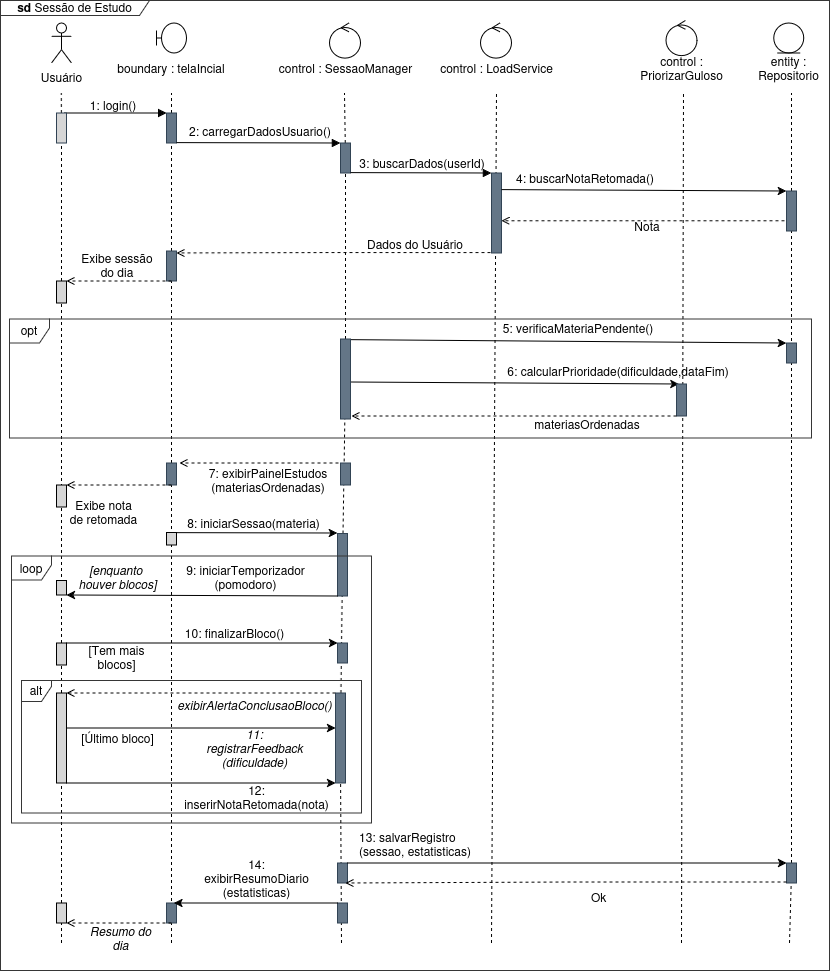
Earlier version of the draw.io export diagramas/diagrama-sequencia.drawio.png (aryadneSC/senai-chrono-focus). Source tidied: cells renumbered, new cells last; positions are measured from the earlier drawing's top-left corner, leaving out a move shared by most shapes.
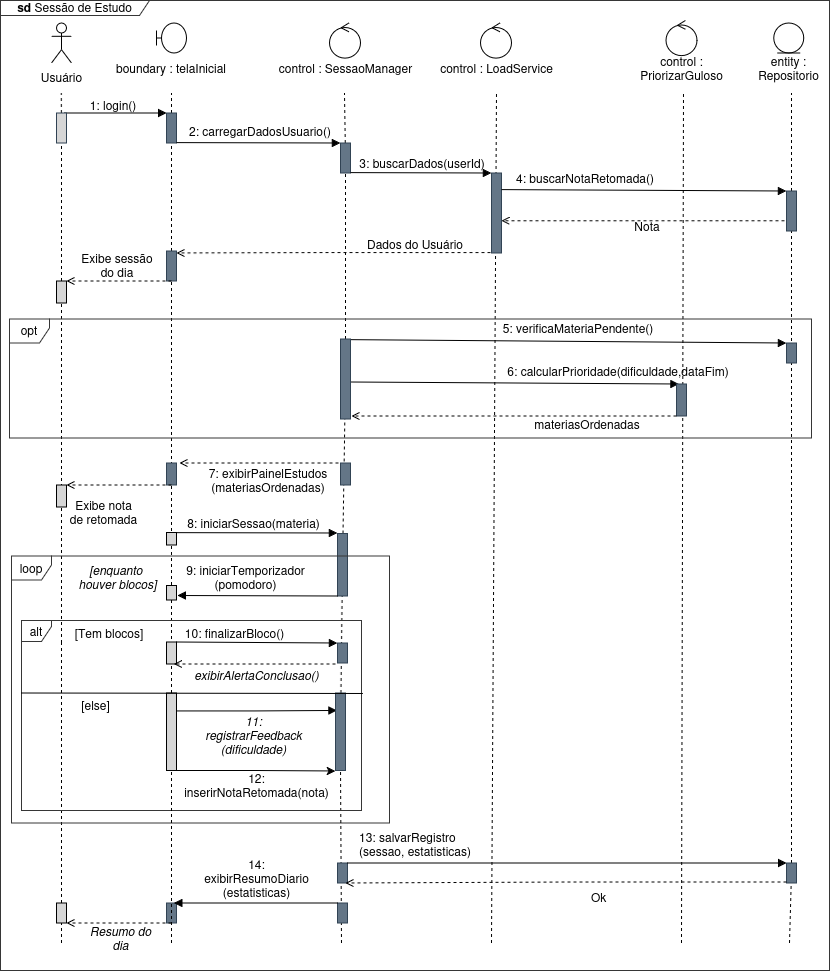
After the commit.

Commit message:
refactor: diagrama de sequencia

What changed in the source:
```diff
@@ -13,7 +13,7 @@
     <mxCell id="4" style="shape=umlBoundary;whiteSpace=wrap;html=1;" parent="1" vertex="1">
       <mxGeometry x="156" y="22.5" width="30" height="30" as="geometry" />
     </mxCell>
-    <mxCell id="5" value="boundary : telaIncial" style="text;html=1;whiteSpace=wrap;strokeColor=none;fillColor=none;align=center;verticalAlign=middle;rounded=0;" parent="1" vertex="1">
+    <mxCell id="5" value="boundary : telaInicial" style="text;html=1;whiteSpace=wrap;strokeColor=none;fillColor=none;align=center;verticalAlign=middle;rounded=0;" parent="1" vertex="1">
       <mxGeometry x="106" y="62.5" width="130" height="10" as="geometry" />
     </mxCell>
     <mxCell id="6" style="endArrow=none;dashed=1;html=1;rounded=0;" parent="1" edge="1" source="13">
@@ -82,7 +82,7 @@
     <mxCell id="22" style="rounded=0;whiteSpace=wrap;html=1;fillColor=#647687;strokeColor=#314354;fontColor=#ffffff;" parent="1" vertex="1">
       <mxGeometry x="491" y="172.5" width="10" height="80" as="geometry" />
     </mxCell>
-    <mxCell id="23" style="endArrow=classic;html=1;rounded=0;exitX=0.75;exitY=0;exitDx=0;exitDy=0;entryX=0;entryY=0;entryDx=0;entryDy=0;" parent="1" edge="1" target="27">
+    <mxCell id="23" style="endArrow=block;html=1;rounded=0;exitX=0.75;exitY=0;exitDx=0;exitDy=0;entryX=0;entryY=0;entryDx=0;entryDy=0;endFill=1;" parent="1" edge="1" target="27">
       <mxGeometry relative="1" as="geometry">
         <mxPoint x="501" y="189.1" as="sourcePoint" />
       </mxGeometry>
@@ -117,10 +117,8 @@
     <mxCell id="30" value="Dados do Usuário" style="text;html=1;whiteSpace=wrap;strokeColor=none;fillColor=none;align=center;verticalAlign=middle;rounded=0;" parent="1" vertex="1">
       <mxGeometry x="337" y="238.5" width="156" height="10" as="geometry" />
     </mxCell>
-    <mxCell id="31" style="endArrow=none;dashed=1;html=1;rounded=0;" parent="1" edge="1" target="32">
-      <mxGeometry relative="1" as="geometry">
-        <mxPoint x="171" y="942.5" as="sourcePoint" />
-      </mxGeometry>
+    <mxCell id="31" style="endArrow=none;dashed=1;html=1;rounded=0;" parent="1" edge="1" source="75" target="32">
+      <mxGeometry relative="1" as="geometry" />
     </mxCell>
     <mxCell id="32" style="rounded=0;whiteSpace=wrap;html=1;fillColor=#647687;fontColor=#ffffff;strokeColor=#314354;" parent="1" vertex="1">
       <mxGeometry x="166" y="250.5" width="10" height="30" as="geometry" />
@@ -142,7 +140,7 @@
     <mxCell id="36" style="rounded=0;whiteSpace=wrap;html=1;fillColor=#D6D6D6;" parent="1" vertex="1">
       <mxGeometry x="56" y="280.5" width="10" height="22" as="geometry" />
     </mxCell>
-    <mxCell id="37" style="endArrow=classic;html=1;rounded=0;exitX=0.75;exitY=0;exitDx=0;exitDy=0;entryX=0;entryY=0;entryDx=0;entryDy=0;" parent="1" edge="1" target="39">
+    <mxCell id="37" style="endArrow=block;html=1;rounded=0;exitX=0.75;exitY=0;exitDx=0;exitDy=0;entryX=0;entryY=0;entryDx=0;entryDy=0;endFill=1;" parent="1" edge="1" target="39">
       <mxGeometry relative="1" as="geometry">
         <mxPoint x="344" y="339.1" as="sourcePoint" />
       </mxGeometry>
@@ -153,7 +151,7 @@
     <mxCell id="39" style="rounded=0;whiteSpace=wrap;html=1;fillColor=#647687;fontColor=#ffffff;strokeColor=#314354;" parent="1" vertex="1">
       <mxGeometry x="786" y="342.5" width="10" height="20" as="geometry" />
     </mxCell>
-    <mxCell id="40" style="endArrow=classic;html=1;rounded=0;exitX=0.75;exitY=0;exitDx=0;exitDy=0;entryX=0.25;entryY=0;entryDx=0;entryDy=0;" parent="1" edge="1" target="44">
+    <mxCell id="40" style="endArrow=block;html=1;rounded=0;exitX=0.75;exitY=0;exitDx=0;exitDy=0;entryX=0.25;entryY=0;entryDx=0;entryDy=0;endFill=1;" parent="1" edge="1" target="44">
       <mxGeometry relative="1" as="geometry">
         <mxPoint x="350" y="381.5" as="sourcePoint" />
       </mxGeometry>
@@ -212,7 +210,7 @@
     <mxCell id="55" value="&lt;div&gt;&lt;i&gt;[enquanto&amp;nbsp;&lt;/i&gt;&lt;/div&gt;&lt;div&gt;&lt;i&gt;houver&amp;nbsp;blocos]&lt;/i&gt;&lt;/div&gt;" style="text;html=1;whiteSpace=wrap;strokeColor=none;fillColor=none;align=center;verticalAlign=middle;rounded=0;" parent="1" vertex="1">
       <mxGeometry x="90.5" y="571.5" width="53" height="10" as="geometry" />
     </mxCell>
-    <mxCell id="56" style="endArrow=classic;html=1;rounded=0;entryX=0;entryY=0;entryDx=0;entryDy=0;" parent="1" edge="1">
+    <mxCell id="56" style="endArrow=block;html=1;rounded=0;entryX=0;entryY=0;entryDx=0;entryDy=0;endFill=1;" parent="1" edge="1">
       <mxGeometry relative="1" as="geometry">
         <mxPoint x="169" y="532.1" as="sourcePoint" />
         <mxPoint x="337" y="532.5" as="targetPoint" />
@@ -234,18 +232,16 @@
     <mxCell id="60" value="8: iniciarSessao(materia)" style="text;html=1;whiteSpace=wrap;strokeColor=none;fillColor=none;align=center;verticalAlign=middle;rounded=0;" parent="1" vertex="1">
       <mxGeometry x="186" y="517.6" width="135" height="10" as="geometry" />
     </mxCell>
-    <mxCell id="61" style="endArrow=classic;html=1;rounded=0;exitX=0;exitY=1;exitDx=0;exitDy=0;entryX=1;entryY=0.5;entryDx=0;entryDy=0;" parent="1" edge="1" source="59">
+    <mxCell id="61" style="endArrow=block;html=1;rounded=0;exitX=0;exitY=1;exitDx=0;exitDy=0;endFill=1;" parent="1" edge="1" source="59">
       <mxGeometry relative="1" as="geometry">
-        <mxPoint x="66" y="594.5" as="targetPoint" />
+        <mxPoint x="177" y="595" as="targetPoint" />
       </mxGeometry>
     </mxCell>
     <mxCell id="62" value="&lt;div&gt;9: iniciarTemporizador&lt;/div&gt;&lt;div&gt;(pomodoro)&lt;/div&gt;" style="text;html=1;whiteSpace=wrap;strokeColor=none;fillColor=none;align=center;verticalAlign=middle;rounded=0;" parent="1" vertex="1">
       <mxGeometry x="153" y="571.5" width="185" height="10" as="geometry" />
     </mxCell>
-    <mxCell id="63" style="endArrow=classic;html=1;rounded=0;exitX=1;exitY=1;exitDx=0;exitDy=0;entryX=0;entryY=0;entryDx=0;entryDy=0;" parent="1" edge="1" target="64">
-      <mxGeometry relative="1" as="geometry">
-        <mxPoint x="66" y="642.5" as="sourcePoint" />
-      </mxGeometry>
+    <mxCell id="63" style="endArrow=block;html=1;rounded=0;exitX=1;exitY=0;exitDx=0;exitDy=0;entryX=0;entryY=0;entryDx=0;entryDy=0;endFill=1;" parent="1" edge="1" source="67" target="64">
+      <mxGeometry relative="1" as="geometry" />
     </mxCell>
     <mxCell id="64" style="rounded=0;whiteSpace=wrap;html=1;fillColor=#647687;fontColor=#ffffff;strokeColor=#314354;" parent="1" vertex="1">
       <mxGeometry x="337" y="642.5" width="10" height="20" as="geometry" />
@@ -254,18 +250,18 @@
       <mxGeometry x="182" y="627.5" width="105.5" height="10" as="geometry" />
     </mxCell>
     <mxCell id="66" style="rounded=0;whiteSpace=wrap;html=1;fillColor=#D6D6D6;" parent="1" vertex="1">
-      <mxGeometry x="56" y="580" width="10" height="14.5" as="geometry" />
+      <mxGeometry x="166" y="585" width="10" height="14.5" as="geometry" />
     </mxCell>
     <mxCell id="67" style="rounded=0;whiteSpace=wrap;html=1;fillColor=#D6D6D6;" parent="1" vertex="1">
-      <mxGeometry x="56" y="642.5" width="10" height="22" as="geometry" />
+      <mxGeometry x="166" y="641.5" width="10" height="22" as="geometry" />
     </mxCell>
     <mxCell id="68" value="loop" style="shape=umlFrame;whiteSpace=wrap;html=1;width=40;height=24;strokeColor=#363636;" parent="1" vertex="1">
-      <mxGeometry x="11" y="555.5" width="360" height="267" as="geometry" />
+      <mxGeometry x="11" y="555.5" width="378" height="267" as="geometry" />
     </mxCell>
-    <mxCell id="69" style="edgeStyle=orthogonalEdgeStyle;rounded=0;orthogonalLoop=1;jettySize=auto;html=1;entryX=0;entryY=0.5;entryDx=0;entryDy=0;" parent="1" edge="1">
+    <mxCell id="69" style="edgeStyle=orthogonalEdgeStyle;rounded=0;orthogonalLoop=1;jettySize=auto;html=1;entryX=0;entryY=0.5;entryDx=0;entryDy=0;endArrow=block;endFill=1;" parent="1" edge="1">
       <mxGeometry relative="1" as="geometry">
-        <mxPoint x="66" y="727.5" as="sourcePoint" />
-        <mxPoint x="335" y="727.5" as="targetPoint" />
+        <mxPoint x="170.5" y="710.5" as="sourcePoint" />
+        <mxPoint x="336.5" y="710" as="targetPoint" />
       </mxGeometry>
     </mxCell>
     <mxCell id="70" style="endArrow=none;dashed=1;html=1;rounded=0;" parent="1" edge="1">
@@ -274,35 +270,32 @@
         <mxPoint x="340" y="762.5" as="targetPoint" />
       </mxGeometry>
     </mxCell>
-    <mxCell id="71" style="endArrow=open;html=1;rounded=0;exitX=0;exitY=0;exitDx=0;exitDy=0;entryX=1;entryY=0;entryDx=0;entryDy=0;endFill=0;dashed=1;" parent="1" edge="1">
+    <mxCell id="71" style="endArrow=open;html=1;rounded=0;exitX=0;exitY=0;exitDx=0;exitDy=0;entryX=0.75;entryY=0;entryDx=0;entryDy=0;endFill=0;dashed=1;" parent="1" edge="1">
       <mxGeometry relative="1" as="geometry">
-        <mxPoint x="335" y="692.5" as="sourcePoint" />
-        <mxPoint x="66" y="692.5" as="targetPoint" />
+        <mxPoint x="335" y="663.5" as="sourcePoint" />
+        <mxPoint x="173.5" y="663.5" as="targetPoint" />
       </mxGeometry>
     </mxCell>
-    <mxCell id="72" value="&lt;i&gt;exibirAlertaConclusaoBloco()&lt;/i&gt;" style="text;html=1;whiteSpace=wrap;strokeColor=none;fillColor=none;align=center;verticalAlign=middle;rounded=0;" parent="1" vertex="1">
-      <mxGeometry x="217" y="699.5" width="75" height="10" as="geometry" />
+    <mxCell id="72" value="&lt;i&gt;exibirAlertaConclusao()&lt;/i&gt;" style="text;html=1;whiteSpace=wrap;strokeColor=none;fillColor=none;align=center;verticalAlign=middle;rounded=0;" parent="1" vertex="1">
+      <mxGeometry x="219" y="670" width="75" height="10" as="geometry" />
     </mxCell>
     <mxCell id="73" value="&lt;div&gt;&lt;i&gt;11: registrarFeedback&lt;/i&gt;&lt;/div&gt;&lt;div&gt;&lt;i&gt;(dificuldade)&lt;/i&gt;&lt;/div&gt;" style="text;html=1;whiteSpace=wrap;strokeColor=none;fillColor=none;align=center;verticalAlign=middle;rounded=0;" parent="1" vertex="1">
-      <mxGeometry x="197" y="742.5" width="115" height="10" as="geometry" />
+      <mxGeometry x="196" y="730" width="115" height="10" as="geometry" />
     </mxCell>
     <mxCell id="74" style="rounded=0;whiteSpace=wrap;html=1;fillColor=#647687;fontColor=#ffffff;strokeColor=#314354;" parent="1" vertex="1">
-      <mxGeometry x="335" y="692.5" width="10" height="90" as="geometry" />
+      <mxGeometry x="335" y="692.5" width="10" height="77.5" as="geometry" />
     </mxCell>
-    <mxCell id="75" style="rounded=0;whiteSpace=wrap;html=1;fillColor=#D6D6D6;" parent="1" vertex="1">
-      <mxGeometry x="56" y="692.5" width="10" height="90" as="geometry" />
-    </mxCell>
     <mxCell id="76" style="edgeStyle=orthogonalEdgeStyle;rounded=0;orthogonalLoop=1;jettySize=auto;html=1;entryX=0;entryY=0.5;entryDx=0;entryDy=0;" parent="1" edge="1">
       <mxGeometry relative="1" as="geometry">
-        <mxPoint x="66" y="782.5" as="sourcePoint" />
-        <mxPoint x="335" y="782.5" as="targetPoint" />
+        <mxPoint x="176" y="770" as="sourcePoint" />
+        <mxPoint x="335" y="770.5" as="targetPoint" />
       </mxGeometry>
     </mxCell>
     <mxCell id="77" value="12: inserirNotaRetomada(nota)" style="text;html=1;whiteSpace=wrap;strokeColor=none;fillColor=none;align=center;verticalAlign=middle;rounded=0;" parent="1" vertex="1">
-      <mxGeometry x="199" y="791.5" width="115" height="10" as="geometry" />
+      <mxGeometry x="199" y="779.5" width="115" height="10" as="geometry" />
     </mxCell>
     <mxCell id="78" value="alt" style="shape=umlFrame;whiteSpace=wrap;html=1;width=30;height=21;strokeColor=#363636;" parent="1" vertex="1">
-      <mxGeometry x="21" y="680" width="340" height="132.5" as="geometry" />
+      <mxGeometry x="21" y="620" width="340" height="190" as="geometry" />
     </mxCell>
     <mxCell id="79" style="rounded=0;whiteSpace=wrap;html=1;fillColor=#647687;fontColor=#ffffff;strokeColor=#314354;" parent="1" vertex="1">
       <mxGeometry x="337" y="862.5" width="10" height="20" as="geometry" />
@@ -315,7 +308,7 @@
     <mxCell id="81" style="rounded=0;whiteSpace=wrap;html=1;fillColor=#647687;fontColor=#ffffff;strokeColor=#314354;" parent="1" vertex="1">
       <mxGeometry x="786" y="862.5" width="10" height="20" as="geometry" />
     </mxCell>
-    <mxCell id="82" style="endArrow=classic;html=1;rounded=0;exitX=1;exitY=0;exitDx=0;exitDy=0;entryX=0;entryY=0;entryDx=0;entryDy=0;" parent="1" edge="1" source="79" target="81">
+    <mxCell id="82" style="endArrow=block;html=1;rounded=0;exitX=1;exitY=0;exitDx=0;exitDy=0;entryX=0;entryY=0;entryDx=0;entryDy=0;endFill=1;" parent="1" edge="1" source="79" target="81">
       <mxGeometry relative="1" as="geometry" />
     </mxCell>
     <mxCell id="83" value="&lt;div&gt;13: salvarRegistro&lt;/div&gt;&lt;div&gt;(sessao, estatisticas)&lt;/div&gt;" style="text;whiteSpace=wrap;html=1;" parent="1" vertex="1">
@@ -333,7 +326,7 @@
     <mxCell id="86" style="rounded=0;whiteSpace=wrap;html=1;fillColor=#647687;fontColor=#ffffff;strokeColor=#314354;" parent="1" vertex="1">
       <mxGeometry x="166" y="902.5" width="10" height="20" as="geometry" />
     </mxCell>
-    <mxCell id="87" style="endArrow=classic;html=1;rounded=0;exitX=0;exitY=0;exitDx=0;exitDy=0;entryX=0.75;entryY=0;entryDx=0;entryDy=0;" parent="1" edge="1" source="85" target="86">
+    <mxCell id="87" style="endArrow=block;html=1;rounded=0;exitX=0;exitY=0;exitDx=0;exitDy=0;entryX=0.75;entryY=0;entryDx=0;entryDy=0;endFill=1;" parent="1" edge="1" source="85" target="86">
       <mxGeometry relative="1" as="geometry" />
     </mxCell>
     <mxCell id="88" value="&lt;div&gt;14: exibirResumoDiario&lt;/div&gt;&lt;div&gt;(estatisticas)&lt;/div&gt;" style="text;html=1;whiteSpace=wrap;strokeColor=none;fillColor=none;align=center;verticalAlign=middle;rounded=0;" parent="1" vertex="1">
@@ -388,11 +381,25 @@
     <mxCell id="103" style="rounded=0;whiteSpace=wrap;html=1;fillColor=#D6D6D6;" parent="1" vertex="1">
       <mxGeometry x="166" y="532" width="10" height="12.5" as="geometry" />
     </mxCell>
-    <mxCell id="104" value="[Último bloco]" style="text;html=1;whiteSpace=wrap;strokeColor=none;fillColor=none;align=center;verticalAlign=middle;rounded=0;" parent="1" vertex="1">
-      <mxGeometry x="72.5" y="732.5" width="89" height="10" as="geometry" />
+    <mxCell id="104" value="[else]" style="text;html=1;whiteSpace=wrap;strokeColor=none;fillColor=none;align=center;verticalAlign=middle;rounded=0;" parent="1" vertex="1">
+      <mxGeometry x="51" y="700" width="89" height="10" as="geometry" />
     </mxCell>
-    <mxCell id="105" value="[Tem mais blocos]" style="text;html=1;whiteSpace=wrap;strokeColor=none;fillColor=none;align=center;verticalAlign=middle;rounded=0;" parent="1" vertex="1">
-      <mxGeometry x="82" y="652" width="69" height="10" as="geometry" />
+    <mxCell id="105" value="[Tem blocos]" style="text;html=1;whiteSpace=wrap;strokeColor=none;fillColor=none;align=center;verticalAlign=middle;rounded=0;" parent="1" vertex="1">
+      <mxGeometry x="69" y="627.5" width="80" height="10" as="geometry" />
     </mxCell>
+    <mxCell id="106" style="endArrow=none;dashed=1;html=1;rounded=0;" parent="1" edge="1" target="75">
+      <mxGeometry relative="1" as="geometry">
+        <mxPoint x="171" y="942.5" as="sourcePoint" />
+      </mxGeometry>
+    </mxCell>
+    <mxCell id="75" style="rounded=0;whiteSpace=wrap;html=1;fillColor=#D6D6D6;" parent="1" vertex="1">
+      <mxGeometry x="166" y="692.5" width="10" height="77.5" as="geometry" />
+    </mxCell>
+    <mxCell id="107" style="endArrow=none;html=1;rounded=0;entryX=1.004;entryY=0.505;entryDx=0;entryDy=0;entryPerimeter=0;" parent="1" edge="1">
+      <mxGeometry relative="1" as="geometry">
+        <mxPoint x="21" y="692.5" as="sourcePoint" />
+        <mxPoint x="362.4" y="693" as="targetPoint" />
+      </mxGeometry>
+    </mxCell>
   </root>
 </mxGraphModel>
```
